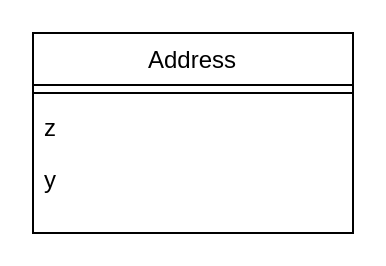
rnoguer22/Entrega_por_Parejas_UML_Codigo keeps this draw.io diagram as UML/Puzzle.drawio. Above is the earlier version. Source tidied: cells renumbered, new cells numbered last; positions are measured from the earlier drawing's top-left corner, leaving out a move shared by most shapes. Both pictures are drawn from the tidied source at 200%, with x=0, y=0 at pixel (32, 32).
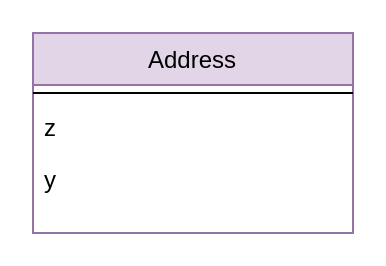
The same diagram, later.

Diff of the diagram source:
```diff
@@
 <mxGraphModel>
   <root>
     <mxCell id="0" />
     <mxCell id="1" parent="0" />
-    <mxCell id="2" value="Address" style="swimlane;fontStyle=0;align=center;verticalAlign=top;horizontal=1;startSize=26;rounded=0;shadow=0;strokeWidth=1;" parent="1" vertex="1">
+    <mxCell id="2" value="Address" style="swimlane;fontStyle=0;align=center;verticalAlign=top;horizontal=1;startSize=26;rounded=0;shadow=0;strokeWidth=1;fillColor=#e1d5e7;strokeColor=#9673a6;" parent="1" vertex="1">
       <mxGeometry width="160" height="100" as="geometry" />
     </mxCell>
     <mxCell id="3" style="line;html=1;strokeWidth=1;align=left;verticalAlign=middle;spacingTop=-1;spacingLeft=3;spacingRight=3;labelPosition=right;" parent="2" vertex="1">
       <mxGeometry y="26" width="160" height="8" as="geometry" />
     </mxCell>
     <mxCell id="4" value="z" style="text;align=left;verticalAlign=top;spacingLeft=4;spacingRight=4;overflow=hidden;" parent="2" vertex="1">
       <mxGeometry y="34" width="160" height="26" as="geometry" />
     </mxCell>
     <mxCell id="5" value="y" style="text;align=left;verticalAlign=top;spacingLeft=4;spacingRight=4;overflow=hidden;" parent="2" vertex="1">
       <mxGeometry y="60" width="160" height="26" as="geometry" />
     </mxCell>
   </root>
 </mxGraphModel>
```
